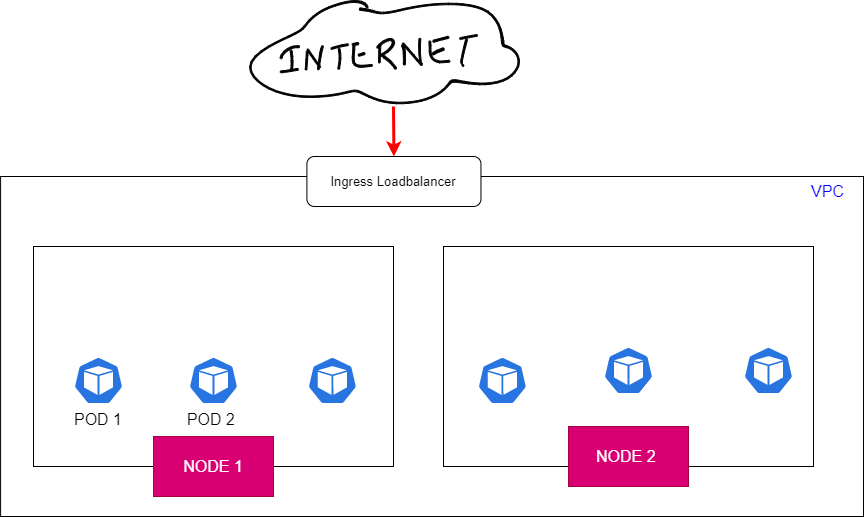
This is Page_images/Ingress_network.png from dikshita-git/RP_Study-on-Ingress-and-its-security-IPv4-IPv6-, a draw.io export, as it was before one commit. Source tidied: cells renumbered, new cells last; positions are measured from the earlier drawing's top-left corner, leaving out a move shared by most shapes.
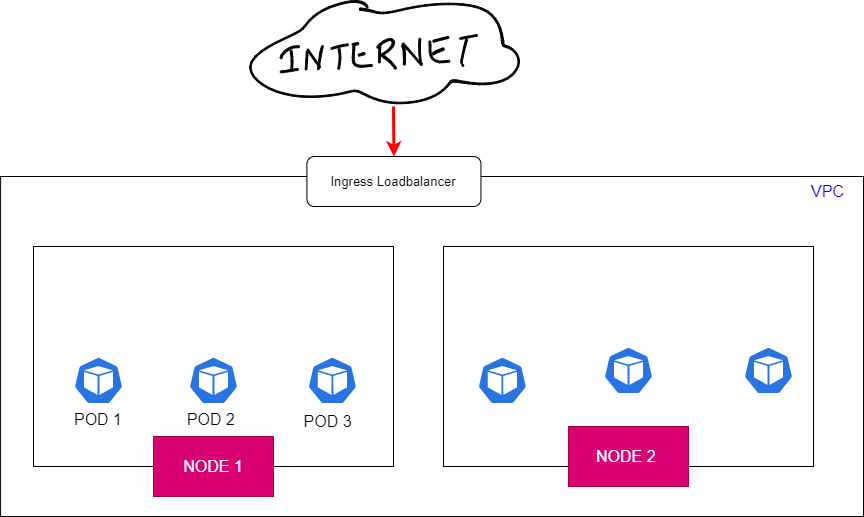
The same file after the commit.

The edit, as a diff of the source:
```diff
@@ -118,5 +118,8 @@
     <mxCell id="39" value="&lt;font color=&quot;#000000&quot;&gt;POD 2&amp;nbsp;&lt;/font&gt;" style="text;html=1;strokeColor=none;fillColor=none;align=center;verticalAlign=middle;whiteSpace=wrap;rounded=0;fontSize=16;fontColor=#0000FF;" parent="1" vertex="1">
       <mxGeometry x="183" y="404" width="60" height="30" as="geometry" />
     </mxCell>
+    <mxCell id="40" value="&lt;font color=&quot;#000000&quot;&gt;POD 3&amp;nbsp;&amp;nbsp;&lt;/font&gt;" style="text;html=1;strokeColor=none;fillColor=none;align=center;verticalAlign=middle;whiteSpace=wrap;rounded=0;fontSize=16;fontColor=#0000FF;" parent="1" vertex="1">
+      <mxGeometry x="301.9" y="406" width="60" height="30" as="geometry" />
+    </mxCell>
   </root>
 </mxGraphModel>
```
